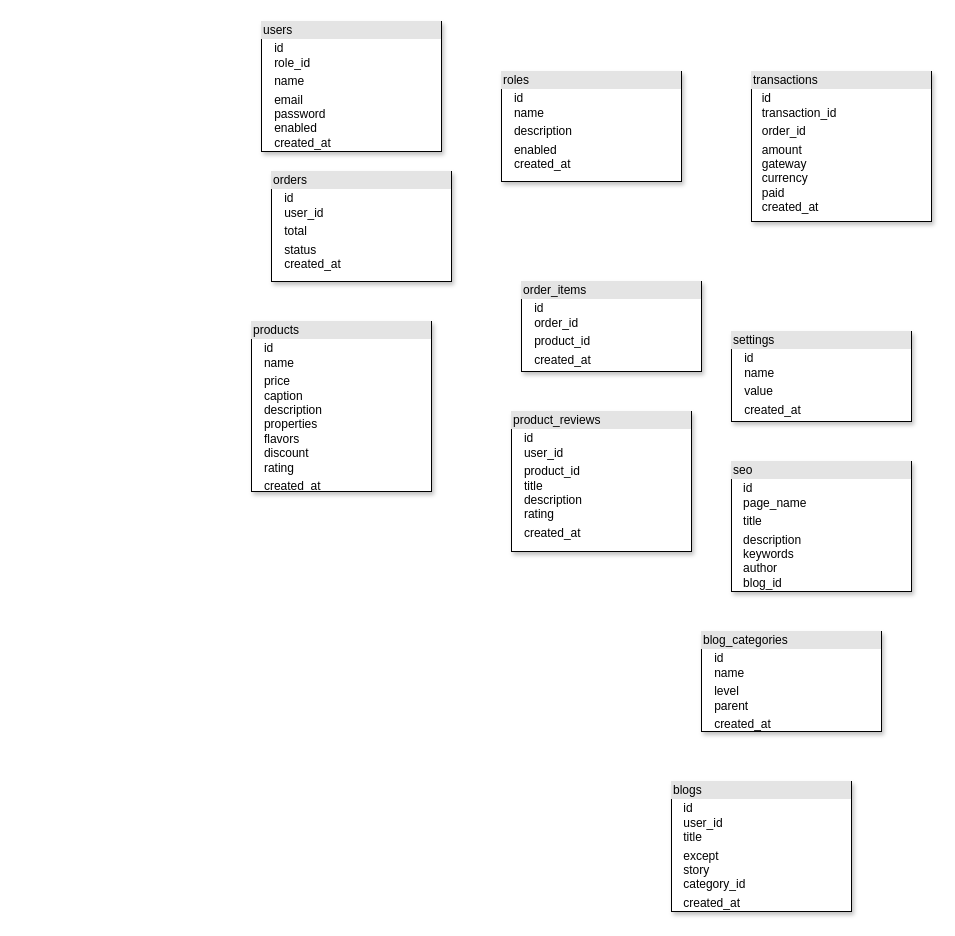
Above: page "ERD" (4 of 4) of designs/ecommerce.drawio in JS-Hub-ZW/E-Commerce-ZW (draw.io), before the change. Source tidied: cells renumbered, new cells numbered last; positions are measured from the earlier drawing's top-left corner, leaving out a move shared by most shapes. Both pictures are drawn from the tidied source at 100%, with x=0, y=0 at pixel (251, 21).
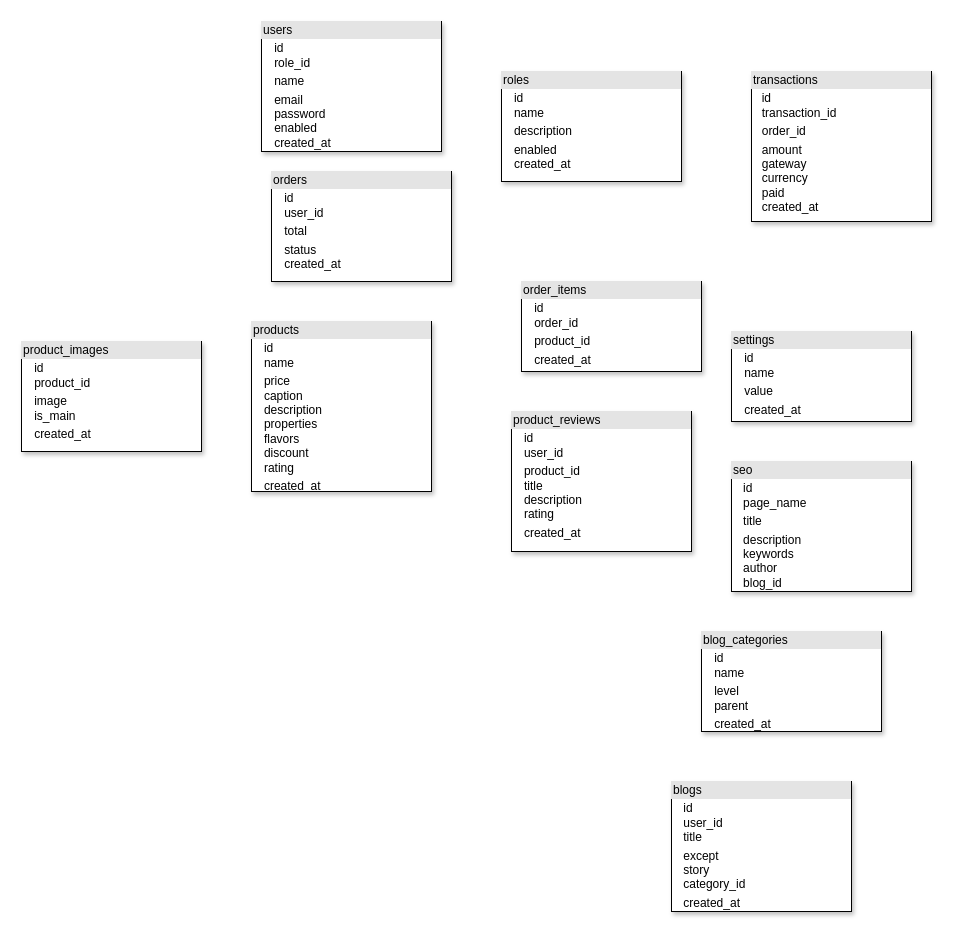
The same diagram, later.

Change to the diagram source:
```diff
@@
 <mxGraphModel>
   <root>
     <mxCell id="0" />
     <mxCell id="1" parent="0" />
     <mxCell id="2" value="&lt;div style=&quot;box-sizing: border-box ; width: 100% ; background: #e4e4e4 ; padding: 2px&quot;&gt;users&lt;/div&gt;&lt;table style=&quot;width: 100% ; font-size: 1em&quot; cellpadding=&quot;2&quot; cellspacing=&quot;0&quot;&gt;&lt;tbody&gt;&lt;tr&gt;&lt;td&gt;&lt;/td&gt;&lt;td&gt;id&lt;br&gt;role_id&lt;/td&gt;&lt;/tr&gt;&lt;tr&gt;&lt;td&gt;&lt;br&gt;&lt;/td&gt;&lt;td&gt;name&lt;/td&gt;&lt;/tr&gt;&lt;tr&gt;&lt;td&gt;&lt;/td&gt;&lt;td&gt;email&lt;br&gt;password&lt;br&gt;enabled&lt;br&gt;created_at&lt;/td&gt;&lt;/tr&gt;&lt;/tbody&gt;&lt;/table&gt;" style="verticalAlign=top;align=left;overflow=fill;html=1;rounded=0;sketch=0;fontSize=12;shadow=1;" parent="1" vertex="1">
       <mxGeometry x="10" width="180" height="130" as="geometry" />
     </mxCell>
     <mxCell id="3" value="&lt;div style=&quot;box-sizing: border-box ; width: 100% ; background: #e4e4e4 ; padding: 2px&quot;&gt;transactions&lt;/div&gt;&lt;table style=&quot;width: 100% ; font-size: 1em&quot; cellpadding=&quot;2&quot; cellspacing=&quot;0&quot;&gt;&lt;tbody&gt;&lt;tr&gt;&lt;td&gt;&lt;/td&gt;&lt;td&gt;id&lt;br&gt;transaction_id&lt;/td&gt;&lt;/tr&gt;&lt;tr&gt;&lt;td&gt;&lt;br&gt;&lt;/td&gt;&lt;td&gt;order_id&lt;/td&gt;&lt;/tr&gt;&lt;tr&gt;&lt;td&gt;&lt;/td&gt;&lt;td&gt;amount&lt;br&gt;gateway&lt;br&gt;currency&lt;br&gt;paid&lt;br&gt;created_at&lt;/td&gt;&lt;/tr&gt;&lt;/tbody&gt;&lt;/table&gt;" style="verticalAlign=top;align=left;overflow=fill;html=1;rounded=0;sketch=0;fontSize=12;shadow=1;" parent="1" vertex="1">
       <mxGeometry x="500" y="50" width="180" height="150" as="geometry" />
     </mxCell>
     <mxCell id="4" value="&lt;div style=&quot;box-sizing: border-box ; width: 100% ; background: #e4e4e4 ; padding: 2px&quot;&gt;orders&lt;/div&gt;&lt;table style=&quot;width: 100% ; font-size: 1em&quot; cellpadding=&quot;2&quot; cellspacing=&quot;0&quot;&gt;&lt;tbody&gt;&lt;tr&gt;&lt;td&gt;&lt;/td&gt;&lt;td&gt;id&lt;br&gt;user_id&lt;/td&gt;&lt;/tr&gt;&lt;tr&gt;&lt;td&gt;&lt;br&gt;&lt;/td&gt;&lt;td&gt;total&lt;/td&gt;&lt;/tr&gt;&lt;tr&gt;&lt;td&gt;&lt;/td&gt;&lt;td&gt;status&lt;br&gt;created_at&lt;/td&gt;&lt;/tr&gt;&lt;/tbody&gt;&lt;/table&gt;" style="verticalAlign=top;align=left;overflow=fill;html=1;rounded=0;sketch=0;fontSize=12;shadow=1;" parent="1" vertex="1">
       <mxGeometry x="20" y="150" width="180" height="110" as="geometry" />
     </mxCell>
     <mxCell id="5" value="&lt;div style=&quot;box-sizing: border-box ; width: 100% ; background: #e4e4e4 ; padding: 2px&quot;&gt;order_items&lt;/div&gt;&lt;table style=&quot;width: 100% ; font-size: 1em&quot; cellpadding=&quot;2&quot; cellspacing=&quot;0&quot;&gt;&lt;tbody&gt;&lt;tr&gt;&lt;td&gt;&lt;/td&gt;&lt;td&gt;id&lt;br&gt;order_id&lt;/td&gt;&lt;/tr&gt;&lt;tr&gt;&lt;td&gt;&lt;br&gt;&lt;/td&gt;&lt;td&gt;product_id&lt;/td&gt;&lt;/tr&gt;&lt;tr&gt;&lt;td&gt;&lt;/td&gt;&lt;td&gt;created_at&lt;br&gt;&lt;/td&gt;&lt;/tr&gt;&lt;/tbody&gt;&lt;/table&gt;" style="verticalAlign=top;align=left;overflow=fill;html=1;rounded=0;sketch=0;fontSize=12;shadow=1;" parent="1" vertex="1">
       <mxGeometry x="270" y="260" width="180" height="90" as="geometry" />
     </mxCell>
     <mxCell id="6" value="&lt;div style=&quot;box-sizing: border-box ; width: 100% ; background: #e4e4e4 ; padding: 2px&quot;&gt;products&lt;/div&gt;&lt;table style=&quot;width: 100% ; font-size: 1em&quot; cellpadding=&quot;2&quot; cellspacing=&quot;0&quot;&gt;&lt;tbody&gt;&lt;tr&gt;&lt;td&gt;&lt;/td&gt;&lt;td&gt;id&lt;br&gt;name&lt;/td&gt;&lt;/tr&gt;&lt;tr&gt;&lt;td&gt;&lt;br&gt;&lt;/td&gt;&lt;td&gt;price&lt;br&gt;caption&lt;br&gt;description&lt;br&gt;properties&lt;br&gt;flavors&lt;br&gt;discount&lt;br&gt;rating&lt;/td&gt;&lt;/tr&gt;&lt;tr&gt;&lt;td&gt;&lt;/td&gt;&lt;td&gt;created_at&lt;br&gt;&lt;/td&gt;&lt;/tr&gt;&lt;/tbody&gt;&lt;/table&gt;" style="verticalAlign=top;align=left;overflow=fill;html=1;rounded=0;sketch=0;fontSize=12;shadow=1;" parent="1" vertex="1">
       <mxGeometry y="300" width="180" height="170" as="geometry" />
     </mxCell>
     <mxCell id="7" value="&lt;div style=&quot;box-sizing: border-box ; width: 100% ; background: #e4e4e4 ; padding: 2px&quot;&gt;product_reviews&lt;/div&gt;&lt;table style=&quot;width: 100% ; font-size: 1em&quot; cellpadding=&quot;2&quot; cellspacing=&quot;0&quot;&gt;&lt;tbody&gt;&lt;tr&gt;&lt;td&gt;&lt;/td&gt;&lt;td&gt;id&lt;br&gt;user_id&lt;/td&gt;&lt;/tr&gt;&lt;tr&gt;&lt;td&gt;&lt;br&gt;&lt;/td&gt;&lt;td&gt;product_id&lt;br&gt;title&lt;br&gt;description&lt;br&gt;rating&lt;br&gt;&lt;/td&gt;&lt;/tr&gt;&lt;tr&gt;&lt;td&gt;&lt;/td&gt;&lt;td&gt;created_at&lt;br&gt;&lt;/td&gt;&lt;/tr&gt;&lt;/tbody&gt;&lt;/table&gt;" style="verticalAlign=top;align=left;overflow=fill;html=1;rounded=0;sketch=0;fontSize=12;shadow=1;" parent="1" vertex="1">
       <mxGeometry x="260" y="390" width="180" height="140" as="geometry" />
     </mxCell>
     <mxCell id="8" value="&lt;div style=&quot;box-sizing: border-box ; width: 100% ; background: #e4e4e4 ; padding: 2px&quot;&gt;settings&lt;/div&gt;&lt;table style=&quot;width: 100% ; font-size: 1em&quot; cellpadding=&quot;2&quot; cellspacing=&quot;0&quot;&gt;&lt;tbody&gt;&lt;tr&gt;&lt;td&gt;&lt;/td&gt;&lt;td&gt;id&lt;br&gt;name&lt;/td&gt;&lt;/tr&gt;&lt;tr&gt;&lt;td&gt;&lt;br&gt;&lt;/td&gt;&lt;td&gt;value&lt;br&gt;&lt;/td&gt;&lt;/tr&gt;&lt;tr&gt;&lt;td&gt;&lt;/td&gt;&lt;td&gt;created_at&lt;br&gt;&lt;/td&gt;&lt;/tr&gt;&lt;/tbody&gt;&lt;/table&gt;" style="verticalAlign=top;align=left;overflow=fill;html=1;rounded=0;sketch=0;fontSize=12;shadow=1;" parent="1" vertex="1">
       <mxGeometry x="480" y="310" width="180" height="90" as="geometry" />
     </mxCell>
     <mxCell id="9" value="&lt;div style=&quot;box-sizing: border-box ; width: 100% ; background: #e4e4e4 ; padding: 2px&quot;&gt;seo&lt;/div&gt;&lt;table style=&quot;width: 100% ; font-size: 1em&quot; cellpadding=&quot;2&quot; cellspacing=&quot;0&quot;&gt;&lt;tbody&gt;&lt;tr&gt;&lt;td&gt;&lt;/td&gt;&lt;td&gt;id&lt;br&gt;page_name&lt;/td&gt;&lt;/tr&gt;&lt;tr&gt;&lt;td&gt;&lt;br&gt;&lt;/td&gt;&lt;td&gt;title&lt;/td&gt;&lt;/tr&gt;&lt;tr&gt;&lt;td&gt;&lt;/td&gt;&lt;td&gt;description&lt;br&gt;keywords&lt;br&gt;author&lt;br&gt;blog_id&lt;/td&gt;&lt;/tr&gt;&lt;/tbody&gt;&lt;/table&gt;" style="verticalAlign=top;align=left;overflow=fill;html=1;rounded=0;sketch=0;fontSize=12;shadow=1;" parent="1" vertex="1">
       <mxGeometry x="480" y="440" width="180" height="130" as="geometry" />
     </mxCell>
     <mxCell id="10" value="&lt;div style=&quot;box-sizing: border-box ; width: 100% ; background: #e4e4e4 ; padding: 2px&quot;&gt;roles&lt;/div&gt;&lt;table style=&quot;width: 100% ; font-size: 1em&quot; cellpadding=&quot;2&quot; cellspacing=&quot;0&quot;&gt;&lt;tbody&gt;&lt;tr&gt;&lt;td&gt;&lt;/td&gt;&lt;td&gt;id&lt;br&gt;name&lt;/td&gt;&lt;/tr&gt;&lt;tr&gt;&lt;td&gt;&lt;br&gt;&lt;/td&gt;&lt;td&gt;description&lt;/td&gt;&lt;/tr&gt;&lt;tr&gt;&lt;td&gt;&lt;/td&gt;&lt;td&gt;enabled&lt;br&gt;created_at&lt;/td&gt;&lt;/tr&gt;&lt;/tbody&gt;&lt;/table&gt;" style="verticalAlign=top;align=left;overflow=fill;html=1;rounded=0;sketch=0;fontSize=12;shadow=1;" parent="1" vertex="1">
       <mxGeometry x="250" y="50" width="180" height="110" as="geometry" />
     </mxCell>
     <mxCell id="11" value="&lt;div style=&quot;box-sizing: border-box ; width: 100% ; background: #e4e4e4 ; padding: 2px&quot;&gt;blog_categories&lt;/div&gt;&lt;table style=&quot;width: 100% ; font-size: 1em&quot; cellpadding=&quot;2&quot; cellspacing=&quot;0&quot;&gt;&lt;tbody&gt;&lt;tr&gt;&lt;td&gt;&lt;/td&gt;&lt;td&gt;id&lt;br&gt;name&lt;/td&gt;&lt;/tr&gt;&lt;tr&gt;&lt;td&gt;&lt;br&gt;&lt;/td&gt;&lt;td&gt;level&lt;br&gt;parent&lt;/td&gt;&lt;/tr&gt;&lt;tr&gt;&lt;td&gt;&lt;/td&gt;&lt;td&gt;created_at&lt;br&gt;&lt;/td&gt;&lt;/tr&gt;&lt;/tbody&gt;&lt;/table&gt;" style="verticalAlign=top;align=left;overflow=fill;html=1;rounded=0;sketch=0;fontSize=12;shadow=1;" parent="1" vertex="1">
       <mxGeometry x="450" y="610" width="180" height="100" as="geometry" />
     </mxCell>
     <mxCell id="12" value="&lt;div style=&quot;box-sizing: border-box ; width: 100% ; background: #e4e4e4 ; padding: 2px&quot;&gt;blogs&lt;/div&gt;&lt;table style=&quot;width: 100% ; font-size: 1em&quot; cellpadding=&quot;2&quot; cellspacing=&quot;0&quot;&gt;&lt;tbody&gt;&lt;tr&gt;&lt;td&gt;&lt;/td&gt;&lt;td&gt;id&lt;br&gt;user_id&lt;br&gt;title&lt;/td&gt;&lt;/tr&gt;&lt;tr&gt;&lt;td&gt;&lt;br&gt;&lt;/td&gt;&lt;td&gt;except&lt;br&gt;story&lt;br&gt;category_id&lt;/td&gt;&lt;/tr&gt;&lt;tr&gt;&lt;td&gt;&lt;/td&gt;&lt;td&gt;created_at&lt;br&gt;&lt;/td&gt;&lt;/tr&gt;&lt;/tbody&gt;&lt;/table&gt;" style="verticalAlign=top;align=left;overflow=fill;html=1;rounded=0;sketch=0;fontSize=12;shadow=1;" parent="1" vertex="1">
       <mxGeometry x="420" y="760" width="180" height="130" as="geometry" />
     </mxCell>
+    <mxCell id="13" value="&lt;div style=&quot;box-sizing: border-box ; width: 100% ; background: #e4e4e4 ; padding: 2px&quot;&gt;product_images&lt;/div&gt;&lt;table style=&quot;width: 100% ; font-size: 1em&quot; cellpadding=&quot;2&quot; cellspacing=&quot;0&quot;&gt;&lt;tbody&gt;&lt;tr&gt;&lt;td&gt;&lt;/td&gt;&lt;td&gt;id&lt;br&gt;product_id&lt;/td&gt;&lt;/tr&gt;&lt;tr&gt;&lt;td&gt;&lt;br&gt;&lt;/td&gt;&lt;td&gt;image&lt;br&gt;is_main&lt;br&gt;&lt;/td&gt;&lt;/tr&gt;&lt;tr&gt;&lt;td&gt;&lt;/td&gt;&lt;td&gt;created_at&lt;br&gt;&lt;/td&gt;&lt;/tr&gt;&lt;/tbody&gt;&lt;/table&gt;" style="verticalAlign=top;align=left;overflow=fill;html=1;rounded=0;sketch=0;fontSize=12;shadow=1;" parent="1" vertex="1">
+      <mxGeometry x="-230" y="320" width="180" height="110" as="geometry" />
+    </mxCell>
   </root>
 </mxGraphModel>
```
